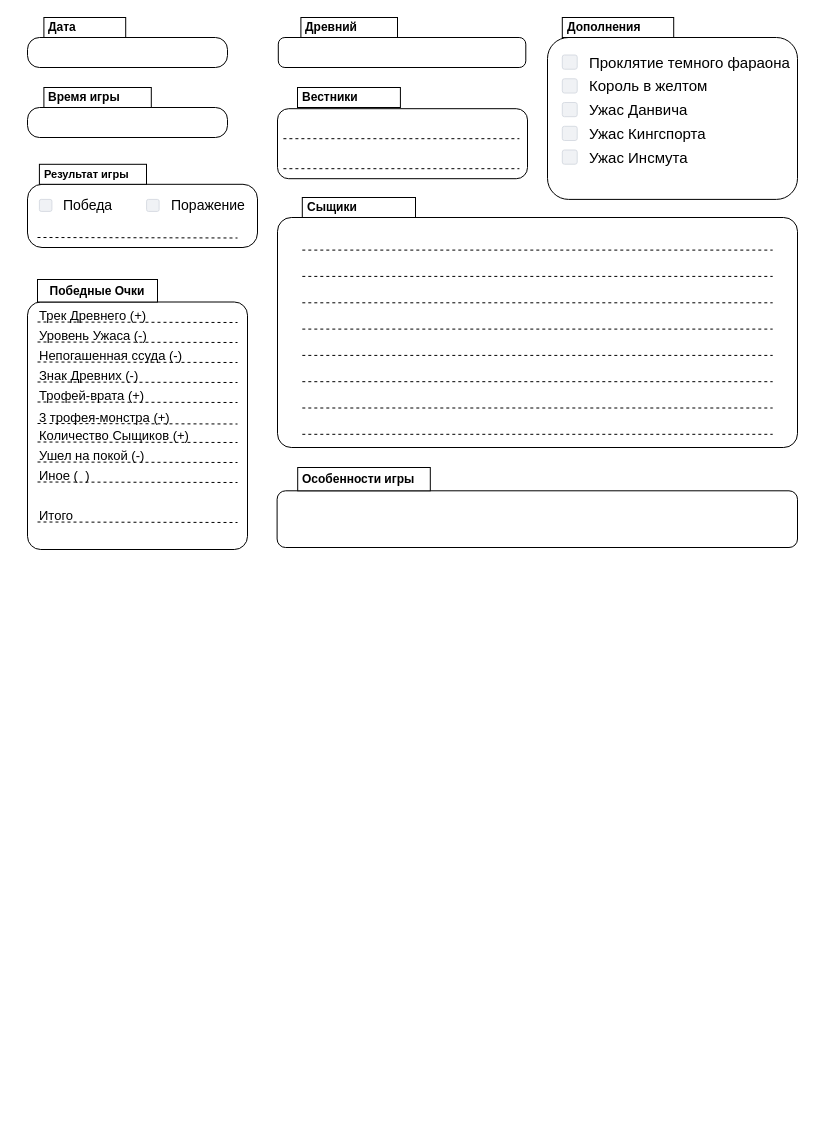
This is Arkham_Horror(4).drawio from amatskevich/drawio_arkham, a draw.io file, before an edit. Source tidied: cells renumbered, new cells numbered last; positions are measured from the earlier drawing's top-left corner, leaving out a move shared by most shapes. Both pictures are drawn from the tidied source at 100%, with x=0, y=0 at pixel (17, 17).
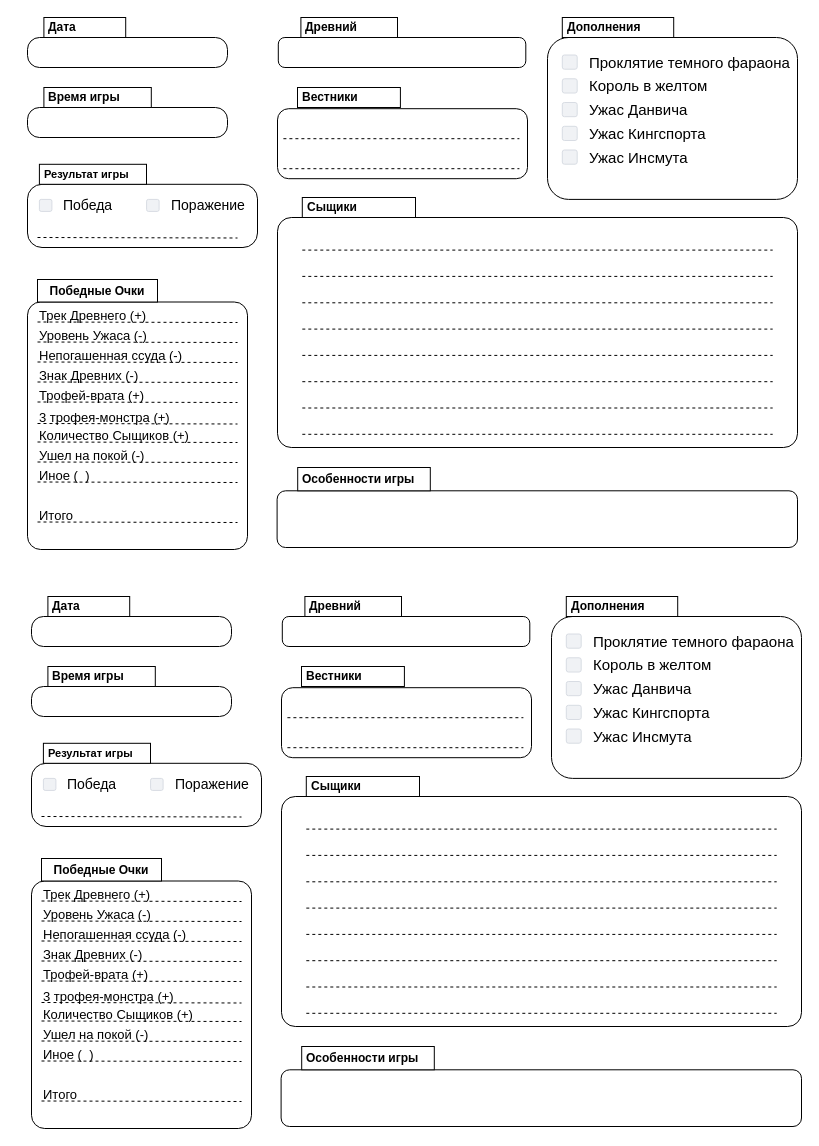
The same page after the edit.

Diff of the diagram source:
```diff
@@
+    <mxCell id="76" style="group;spacingLeft=0;" parent="1" vertex="1">
+      <mxGeometry x="254" y="579" width="269" height="70" as="geometry" />
+    </mxCell>
+    <mxCell id="77" style="rounded=1;whiteSpace=wrap;html=1;arcSize=22;" parent="76" vertex="1">
+      <mxGeometry x="10.8" y="20" width="247.5" height="30" as="geometry" />
+    </mxCell>
+    <mxCell id="78" value="&lt;font style=&quot;font-size: 12px&quot;&gt;&lt;b&gt;Древний&lt;br&gt;&lt;/b&gt;&lt;/font&gt;" style="rounded=0;whiteSpace=wrap;html=1;fontSize=11;align=left;spacingLeft=3;" parent="76" vertex="1">
+      <mxGeometry x="33.4" width="96.6" height="20" as="geometry" />
+    </mxCell>
+    <mxCell id="79" style="group;" parent="1" vertex="1">
+      <mxGeometry x="14" y="649" width="200" height="50" as="geometry" />
+    </mxCell>
+    <mxCell id="80" style="rounded=1;whiteSpace=wrap;html=1;arcSize=40;" parent="79" vertex="1">
+      <mxGeometry y="20" width="200" height="30" as="geometry" />
+    </mxCell>
+    <mxCell id="81" value="&lt;font style=&quot;font-size: 12px&quot;&gt;&lt;b&gt;Время игры&lt;/b&gt;&lt;/font&gt;" style="rounded=0;whiteSpace=wrap;html=1;fontSize=11;align=left;spacingLeft=3;" parent="79" vertex="1">
+      <mxGeometry x="16.4" width="107.4" height="20" as="geometry" />
+    </mxCell>
+    <mxCell id="82" style="group;" parent="1" vertex="1">
+      <mxGeometry x="14" y="579" width="220" height="50" as="geometry" />
+    </mxCell>
+    <mxCell id="83" style="rounded=1;whiteSpace=wrap;html=1;arcSize=40;" parent="82" vertex="1">
+      <mxGeometry y="20" width="200" height="30" as="geometry" />
+    </mxCell>
+    <mxCell id="84" value="&lt;font style=&quot;font-size: 12px&quot;&gt;&lt;b&gt;Дата&lt;/b&gt;&lt;/font&gt;" style="rounded=0;whiteSpace=wrap;html=1;fontSize=11;align=left;spacingLeft=3;" parent="82" vertex="1">
+      <mxGeometry x="16.4" width="81.8" height="20" as="geometry" />
+    </mxCell>
+    <mxCell id="85" style="group;spacingLeft=0;" parent="1" vertex="1">
+      <mxGeometry x="264" y="759" width="520" height="250" as="geometry" />
+    </mxCell>
+    <mxCell id="86" style="rounded=1;whiteSpace=wrap;html=1;arcSize=6;" parent="85" vertex="1">
+      <mxGeometry y="20" width="520" height="230" as="geometry" />
+    </mxCell>
+    <mxCell id="87" value="&lt;font style=&quot;font-size: 12px&quot;&gt;&lt;b&gt;Сыщики&lt;/b&gt;&lt;/font&gt;" style="rounded=0;whiteSpace=wrap;html=1;fontSize=11;align=left;spacingLeft=3;" parent="85" vertex="1">
+      <mxGeometry x="24.8" width="113.2" height="20" as="geometry" />
+    </mxCell>
+    <mxCell id="88" style="endArrow=none;dashed=1;html=1;rounded=0;fontSize=12;" parent="85" edge="1">
+      <mxGeometry relative="1" as="geometry">
+        <mxPoint x="24.8" y="52.6" as="sourcePoint" />
+        <mxPoint x="495.2" y="52.6" as="targetPoint" />
+      </mxGeometry>
+    </mxCell>
+    <mxCell id="89" style="endArrow=none;dashed=1;html=1;rounded=0;fontSize=12;" parent="85" edge="1">
+      <mxGeometry relative="1" as="geometry">
+        <mxPoint x="24.8" y="78.9" as="sourcePoint" />
+        <mxPoint x="495.2" y="78.9" as="targetPoint" />
+      </mxGeometry>
+    </mxCell>
+    <mxCell id="90" style="endArrow=none;dashed=1;html=1;rounded=0;fontSize=12;" parent="85" edge="1">
+      <mxGeometry relative="1" as="geometry">
+        <mxPoint x="24.8" y="105.3" as="sourcePoint" />
+        <mxPoint x="495.2" y="105.3" as="targetPoint" />
+      </mxGeometry>
+    </mxCell>
+    <mxCell id="91" style="endArrow=none;dashed=1;html=1;rounded=0;fontSize=12;" parent="85" edge="1">
+      <mxGeometry relative="1" as="geometry">
+        <mxPoint x="24.8" y="131.6" as="sourcePoint" />
+        <mxPoint x="495.2" y="131.6" as="targetPoint" />
+      </mxGeometry>
+    </mxCell>
+    <mxCell id="92" style="endArrow=none;dashed=1;html=1;rounded=0;fontSize=12;" parent="85" edge="1">
+      <mxGeometry relative="1" as="geometry">
+        <mxPoint x="24.8" y="157.9" as="sourcePoint" />
+        <mxPoint x="495.2" y="157.9" as="targetPoint" />
+      </mxGeometry>
+    </mxCell>
+    <mxCell id="93" style="endArrow=none;dashed=1;html=1;rounded=0;fontSize=12;" parent="85" edge="1">
+      <mxGeometry relative="1" as="geometry">
+        <mxPoint x="24.8" y="184.2" as="sourcePoint" />
+        <mxPoint x="495.2" y="184.2" as="targetPoint" />
+      </mxGeometry>
+    </mxCell>
+    <mxCell id="94" style="endArrow=none;dashed=1;html=1;rounded=0;fontSize=12;" parent="85" edge="1">
+      <mxGeometry relative="1" as="geometry">
+        <mxPoint x="24.8" y="210.5" as="sourcePoint" />
+        <mxPoint x="495.2" y="210.5" as="targetPoint" />
+      </mxGeometry>
+    </mxCell>
+    <mxCell id="95" style="endArrow=none;dashed=1;html=1;rounded=0;fontSize=12;" parent="85" edge="1">
+      <mxGeometry relative="1" as="geometry">
+        <mxPoint x="24.8" y="236.8" as="sourcePoint" />
+        <mxPoint x="495.2" y="236.8" as="targetPoint" />
+      </mxGeometry>
+    </mxCell>
+    <mxCell id="96" style="group;" parent="1" vertex="1">
+      <mxGeometry x="4" y="841" width="240" height="270" as="geometry" />
+    </mxCell>
+    <mxCell id="97" style="rounded=1;whiteSpace=wrap;html=1;arcSize=6;" parent="96" vertex="1">
+      <mxGeometry x="10" y="22.5" width="220" height="247.5" as="geometry" />
+    </mxCell>
+    <mxCell id="98" value="&lt;div style=&quot;font-size: 12px&quot; align=&quot;center&quot;&gt;&lt;font style=&quot;font-size: 12px&quot;&gt;&lt;b&gt;Победные Очки&lt;/b&gt;&lt;/font&gt;&lt;/div&gt;" style="rounded=0;whiteSpace=wrap;html=1;fontSize=11;align=center;spacingLeft=0;spacing=2;spacingTop=1;" parent="96" vertex="1">
+      <mxGeometry x="20" width="120" height="22.5" as="geometry" />
+    </mxCell>
+    <mxCell id="99" style="group;" parent="96" vertex="1">
+      <mxGeometry x="20" y="40" width="200" height="170" as="geometry" />
+    </mxCell>
+    <mxCell id="100" style="group;" parent="99" vertex="1">
+      <mxGeometry width="200" height="90" as="geometry" />
+    </mxCell>
+    <mxCell id="101" value="&lt;div align=&quot;left&quot;&gt;&lt;font style=&quot;font-size: 13px&quot;&gt;Уровень Ужаса (-)&lt;br&gt;&lt;/font&gt;&lt;/div&gt;" style="text;html=1;strokeColor=none;fillColor=none;align=left;verticalAlign=middle;whiteSpace=wrap;rounded=0;fontSize=15;" parent="100" vertex="1">
+      <mxGeometry width="130" height="30" as="geometry" />
+    </mxCell>
+    <mxCell id="102" style="endArrow=none;dashed=1;html=1;rounded=0;fontSize=13;exitX=0;exitY=0.75;exitDx=0;exitDy=0;" parent="100" edge="1" source="101">
+      <mxGeometry relative="1" as="geometry">
+        <mxPoint x="200" y="23" as="targetPoint" />
+      </mxGeometry>
+    </mxCell>
+    <mxCell id="103" style="group;" parent="100" vertex="1">
+      <mxGeometry y="-20" width="200" height="30" as="geometry" />
+    </mxCell>
+    <mxCell id="104" value="&lt;div align=&quot;left&quot;&gt;&lt;font style=&quot;font-size: 13px&quot;&gt;Трек Древнего (+)&lt;br&gt;&lt;/font&gt;&lt;/div&gt;" style="text;html=1;strokeColor=none;fillColor=none;align=left;verticalAlign=middle;whiteSpace=wrap;rounded=0;fontSize=15;" parent="103" vertex="1">
+      <mxGeometry width="130" height="30" as="geometry" />
+    </mxCell>
+    <mxCell id="105" style="endArrow=none;dashed=1;html=1;rounded=0;fontSize=13;exitX=0;exitY=0.75;exitDx=0;exitDy=0;" parent="103" edge="1" source="104">
+      <mxGeometry relative="1" as="geometry">
+        <mxPoint x="200" y="23" as="targetPoint" />
+      </mxGeometry>
+    </mxCell>
+    <mxCell id="106" style="group;" parent="100" vertex="1">
+      <mxGeometry y="20" width="200" height="70" as="geometry" />
+    </mxCell>
+    <mxCell id="107" value="&lt;div align=&quot;left&quot;&gt;&lt;font style=&quot;font-size: 13px&quot;&gt;Непогашенная ссуда (-)&lt;br&gt;&lt;/font&gt;&lt;/div&gt;" style="text;html=1;strokeColor=none;fillColor=none;align=left;verticalAlign=middle;whiteSpace=wrap;rounded=0;fontSize=15;" parent="106" vertex="1">
+      <mxGeometry width="150" height="30" as="geometry" />
+    </mxCell>
+    <mxCell id="108" style="endArrow=none;dashed=1;html=1;rounded=0;fontSize=13;exitX=0;exitY=0.75;exitDx=0;exitDy=0;" parent="106" edge="1" source="107">
+      <mxGeometry relative="1" as="geometry">
+        <mxPoint x="200" y="23" as="targetPoint" />
+      </mxGeometry>
+    </mxCell>
+    <mxCell id="109" style="group;" parent="106" vertex="1">
+      <mxGeometry y="20" width="200" height="50" as="geometry" />
+    </mxCell>
+    <mxCell id="110" value="&lt;div align=&quot;left&quot;&gt;&lt;font style=&quot;font-size: 13px&quot;&gt;Знак Древних (-)&lt;br&gt;&lt;/font&gt;&lt;/div&gt;" style="text;html=1;strokeColor=none;fillColor=none;align=left;verticalAlign=middle;whiteSpace=wrap;rounded=0;fontSize=15;" parent="109" vertex="1">
+      <mxGeometry width="130" height="30" as="geometry" />
+    </mxCell>
+    <mxCell id="111" style="endArrow=none;dashed=1;html=1;rounded=0;fontSize=13;exitX=0;exitY=0.75;exitDx=0;exitDy=0;" parent="109" edge="1" source="110">
+      <mxGeometry relative="1" as="geometry">
+        <mxPoint x="200" y="23" as="targetPoint" />
+      </mxGeometry>
+    </mxCell>
+    <mxCell id="112" style="group;" parent="109" vertex="1">
+      <mxGeometry y="20" width="200" height="30" as="geometry" />
+    </mxCell>
+    <mxCell id="113" value="&lt;div align=&quot;left&quot;&gt;&lt;font style=&quot;font-size: 13px&quot;&gt;Трофей-врата (+)&lt;br&gt;&lt;/font&gt;&lt;/div&gt;" style="text;html=1;strokeColor=none;fillColor=none;align=left;verticalAlign=middle;whiteSpace=wrap;rounded=0;fontSize=15;" parent="112" vertex="1">
+      <mxGeometry width="130" height="30" as="geometry" />
+    </mxCell>
+    <mxCell id="114" style="endArrow=none;dashed=1;html=1;rounded=0;fontSize=13;exitX=0;exitY=0.75;exitDx=0;exitDy=0;" parent="112" edge="1" source="113">
+      <mxGeometry relative="1" as="geometry">
+        <mxPoint x="200" y="23" as="targetPoint" />
+      </mxGeometry>
+    </mxCell>
+    <mxCell id="115" style="group;" parent="99" vertex="1">
+      <mxGeometry y="81.5" width="200" height="88.5" as="geometry" />
+    </mxCell>
+    <mxCell id="116" value="&lt;div align=&quot;left&quot;&gt;&lt;font style=&quot;font-size: 13px&quot;&gt;3 трофея-монстра (+)&lt;br&gt;&lt;/font&gt;&lt;/div&gt;" style="text;html=1;strokeColor=none;fillColor=none;align=left;verticalAlign=middle;whiteSpace=wrap;rounded=0;fontSize=15;" parent="115" vertex="1">
+      <mxGeometry width="140" height="30" as="geometry" />
+    </mxCell>
+    <mxCell id="117" style="endArrow=none;dashed=1;html=1;rounded=0;fontSize=13;exitX=0;exitY=0.75;exitDx=0;exitDy=0;" parent="115" edge="1" source="116">
+      <mxGeometry relative="1" as="geometry">
+        <mxPoint x="200" y="23" as="targetPoint" />
+      </mxGeometry>
+    </mxCell>
+    <mxCell id="118" style="group;" parent="115" vertex="1">
+      <mxGeometry y="18.5" width="200" height="30" as="geometry" />
+    </mxCell>
+    <mxCell id="119" value="&lt;div align=&quot;left&quot;&gt;&lt;font style=&quot;font-size: 13px&quot;&gt;Количество Сыщиков (+)&lt;br&gt;&lt;/font&gt;&lt;/div&gt;" style="text;html=1;strokeColor=none;fillColor=none;align=left;verticalAlign=middle;whiteSpace=wrap;rounded=0;fontSize=15;" parent="118" vertex="1">
+      <mxGeometry width="160" height="30" as="geometry" />
+    </mxCell>
+    <mxCell id="120" style="endArrow=none;dashed=1;html=1;rounded=0;fontSize=13;exitX=0;exitY=0.75;exitDx=0;exitDy=0;" parent="118" edge="1" source="119">
+      <mxGeometry relative="1" as="geometry">
+        <mxPoint x="200" y="23" as="targetPoint" />
+      </mxGeometry>
+    </mxCell>
+    <mxCell id="121" style="group;" parent="115" vertex="1">
+      <mxGeometry y="38.5" width="200" height="30" as="geometry" />
+    </mxCell>
+    <mxCell id="122" value="&lt;div align=&quot;left&quot;&gt;&lt;font style=&quot;font-size: 13px&quot;&gt;Ушел на покой (-)&lt;br&gt;&lt;/font&gt;&lt;/div&gt;" style="text;html=1;strokeColor=none;fillColor=none;align=left;verticalAlign=middle;whiteSpace=wrap;rounded=0;fontSize=15;" parent="121" vertex="1">
+      <mxGeometry width="130" height="30" as="geometry" />
+    </mxCell>
+    <mxCell id="123" style="endArrow=none;dashed=1;html=1;rounded=0;fontSize=13;exitX=0;exitY=0.75;exitDx=0;exitDy=0;" parent="121" edge="1" source="122">
+      <mxGeometry relative="1" as="geometry">
+        <mxPoint x="200" y="23" as="targetPoint" />
+      </mxGeometry>
+    </mxCell>
+    <mxCell id="124" style="group;" parent="115" vertex="1">
+      <mxGeometry y="58.5" width="200" height="30" as="geometry" />
+    </mxCell>
+    <mxCell id="125" value="&lt;div align=&quot;left&quot;&gt;&lt;font style=&quot;font-size: 13px&quot;&gt;Иное (&amp;nbsp; )&lt;br&gt;&lt;/font&gt;&lt;/div&gt;" style="text;html=1;strokeColor=none;fillColor=none;align=left;verticalAlign=middle;whiteSpace=wrap;rounded=0;fontSize=15;" parent="124" vertex="1">
+      <mxGeometry width="130" height="30" as="geometry" />
+    </mxCell>
+    <mxCell id="126" style="endArrow=none;dashed=1;html=1;rounded=0;fontSize=13;exitX=0;exitY=0.75;exitDx=0;exitDy=0;" parent="124" edge="1" source="125">
+      <mxGeometry relative="1" as="geometry">
+        <mxPoint x="200" y="23" as="targetPoint" />
+      </mxGeometry>
+    </mxCell>
+    <mxCell id="127" style="group;" parent="96" vertex="1">
+      <mxGeometry x="20" y="220" width="200" height="30" as="geometry" />
+    </mxCell>
+    <mxCell id="128" value="&lt;div align=&quot;left&quot;&gt;&lt;font style=&quot;font-size: 13px&quot;&gt;Итого&lt;br&gt;&lt;/font&gt;&lt;/div&gt;" style="text;html=1;strokeColor=none;fillColor=none;align=left;verticalAlign=middle;whiteSpace=wrap;rounded=0;fontSize=15;" parent="127" vertex="1">
+      <mxGeometry width="130" height="30" as="geometry" />
+    </mxCell>
+    <mxCell id="129" style="endArrow=none;dashed=1;html=1;rounded=0;fontSize=13;exitX=0;exitY=0.75;exitDx=0;exitDy=0;" parent="127" edge="1" source="128">
+      <mxGeometry relative="1" as="geometry">
+        <mxPoint x="200" y="23" as="targetPoint" />
+      </mxGeometry>
+    </mxCell>
+    <mxCell id="130" style="group;" parent="1" vertex="1">
+      <mxGeometry x="274" y="989" width="510" height="120" as="geometry" />
+    </mxCell>
+    <mxCell id="131" style="rounded=1;whiteSpace=wrap;html=1;" parent="130" vertex="1">
+      <mxGeometry x="-10.4" y="63.3" width="520.4" height="56.7" as="geometry" />
+    </mxCell>
+    <mxCell id="132" value="&lt;font style=&quot;font-size: 12px&quot;&gt;&lt;b&gt;Особенности игры&lt;br&gt;&lt;/b&gt;&lt;/font&gt;" style="rounded=0;whiteSpace=wrap;html=1;fontSize=11;align=left;spacingLeft=3;" parent="130" vertex="1">
+      <mxGeometry x="10.2" y="40" width="132.6" height="23.3" as="geometry" />
+    </mxCell>
+    <mxCell id="133" style="rounded=1;whiteSpace=wrap;html=1;arcSize=23;" parent="1" vertex="1">
+      <mxGeometry x="14" y="745.8" width="230" height="63.2" as="geometry" />
+    </mxCell>
+    <mxCell id="134" value="&lt;b&gt;Результат игры&lt;/b&gt;" style="rounded=0;whiteSpace=wrap;html=1;fontSize=11;align=left;spacingLeft=3;" parent="1" vertex="1">
+      <mxGeometry x="25.9" y="725.8" width="107.1" height="20" as="geometry" />
+    </mxCell>
+    <mxCell id="135" value="&lt;font style=&quot;font-size: 14px&quot;&gt;Победа&lt;/font&gt;" style="rounded=1;fillColor=#F0F2F5;strokeColor=#D8DCE3;align=left;verticalAlign=middle;fontStyle=0;fontSize=12;labelPosition=right;verticalLabelPosition=middle;spacingLeft=10;html=1;shadow=0;dashed=0;" parent="1" vertex="1">
+      <mxGeometry x="25.9" y="760.9" width="12.5" height="12" as="geometry" />
+    </mxCell>
+    <mxCell id="136" value="&lt;font style=&quot;font-size: 14px&quot;&gt;Поражение&lt;/font&gt;" style="rounded=1;fillColor=#F0F2F5;strokeColor=#D8DCE3;align=left;verticalAlign=middle;fontStyle=0;fontSize=12;labelPosition=right;verticalLabelPosition=middle;spacingLeft=10;html=1;shadow=0;dashed=0;" parent="1" vertex="1">
+      <mxGeometry x="133.1" y="760.9" width="12.5" height="12" as="geometry" />
+    </mxCell>
+    <mxCell id="137" style="rounded=1;whiteSpace=wrap;html=1;arcSize=13;" parent="1" vertex="1">
+      <mxGeometry x="534" y="599" width="250" height="161.9" as="geometry" />
+    </mxCell>
+    <mxCell id="138" value="&lt;font style=&quot;font-size: 12px&quot;&gt;&lt;b&gt;Дополнения&lt;/b&gt;&lt;/font&gt;" style="rounded=0;whiteSpace=wrap;html=1;fontSize=11;align=left;spacingLeft=3;" parent="1" vertex="1">
+      <mxGeometry x="548.8" y="579" width="111.4" height="20" as="geometry" />
+    </mxCell>
+    <mxCell id="139" value="Проклятие темного фараона" style="rounded=1;fillColor=#F0F2F5;strokeColor=#D8DCE3;align=left;verticalAlign=middle;fontStyle=0;fontSize=15;labelPosition=right;verticalLabelPosition=middle;spacingLeft=10;html=1;shadow=0;dashed=0;" parent="1" vertex="1">
+      <mxGeometry x="548.8" y="616.5" width="14.9" height="14.2" as="geometry" />
+    </mxCell>
+    <mxCell id="140" value="Король в желтом" style="rounded=1;fillColor=#F0F2F5;strokeColor=#D8DCE3;align=left;verticalAlign=middle;fontStyle=0;fontSize=15;labelPosition=right;verticalLabelPosition=middle;spacingLeft=10;html=1;shadow=0;dashed=0;" parent="1" vertex="1">
+      <mxGeometry x="548.8" y="640.3" width="14.9" height="14.2" as="geometry" />
+    </mxCell>
+    <mxCell id="141" value="Ужас Данвича" style="rounded=1;fillColor=#F0F2F5;strokeColor=#D8DCE3;align=left;verticalAlign=middle;fontStyle=0;fontSize=15;labelPosition=right;verticalLabelPosition=middle;spacingLeft=10;html=1;shadow=0;dashed=0;" parent="1" vertex="1">
+      <mxGeometry x="548.8" y="664" width="14.9" height="14.2" as="geometry" />
+    </mxCell>
+    <mxCell id="142" value="Ужас Кингспорта" style="rounded=1;fillColor=#F0F2F5;strokeColor=#D8DCE3;align=left;verticalAlign=middle;fontStyle=0;fontSize=15;labelPosition=right;verticalLabelPosition=middle;spacingLeft=10;html=1;shadow=0;dashed=0;" parent="1" vertex="1">
+      <mxGeometry x="548.8" y="687.8" width="14.9" height="14.2" as="geometry" />
+    </mxCell>
+    <mxCell id="143" value="Ужас Инсмута" style="rounded=1;fillColor=#F0F2F5;strokeColor=#D8DCE3;align=left;verticalAlign=middle;fontStyle=0;fontSize=15;labelPosition=right;verticalLabelPosition=middle;spacingLeft=10;html=1;shadow=0;dashed=0;" parent="1" vertex="1">
+      <mxGeometry x="548.8" y="711.5" width="14.9" height="14.2" as="geometry" />
+    </mxCell>
+    <mxCell id="144" value="&lt;font style=&quot;font-size: 12px&quot;&gt;&lt;b&gt;Вестники&lt;/b&gt;&lt;/font&gt;" style="rounded=0;whiteSpace=wrap;html=1;fontSize=11;align=left;spacingLeft=3;" parent="1" vertex="1">
+      <mxGeometry x="284" y="649" width="102.9" height="20" as="geometry" />
+    </mxCell>
+    <mxCell id="145" style="group;" parent="1" vertex="1">
+      <mxGeometry x="264" y="670.2" width="250" height="70" as="geometry" />
+    </mxCell>
+    <mxCell id="146" style="rounded=1;whiteSpace=wrap;html=1;arcSize=16;" parent="145" vertex="1">
+      <mxGeometry width="250" height="70" as="geometry" />
+    </mxCell>
+    <mxCell id="147" style="endArrow=none;dashed=1;html=1;rounded=0;fontSize=12;" parent="145" edge="1">
+      <mxGeometry x="-6.5" y="-32.2" as="geometry">
+        <mxPoint x="5.9" y="30" as="sourcePoint" />
+        <mxPoint x="241.9" y="30" as="targetPoint" />
+      </mxGeometry>
+    </mxCell>
+    <mxCell id="148" style="endArrow=none;dashed=1;html=1;rounded=0;fontSize=12;" parent="145" edge="1">
+      <mxGeometry x="-6.5" y="-33.3" as="geometry">
+        <mxPoint x="5.9" y="60" as="sourcePoint" />
+        <mxPoint x="241.9" y="60" as="targetPoint" />
+      </mxGeometry>
+    </mxCell>
+    <mxCell id="149" style="endArrow=none;dashed=1;html=1;rounded=0;fontSize=13;exitX=0;exitY=0.75;exitDx=0;exitDy=0;" parent="1" edge="1">
+      <mxGeometry relative="1" as="geometry">
+        <mxPoint x="24" y="799" as="sourcePoint" />
+        <mxPoint x="224" y="799.5" as="targetPoint" />
+      </mxGeometry>
+    </mxCell>
```
